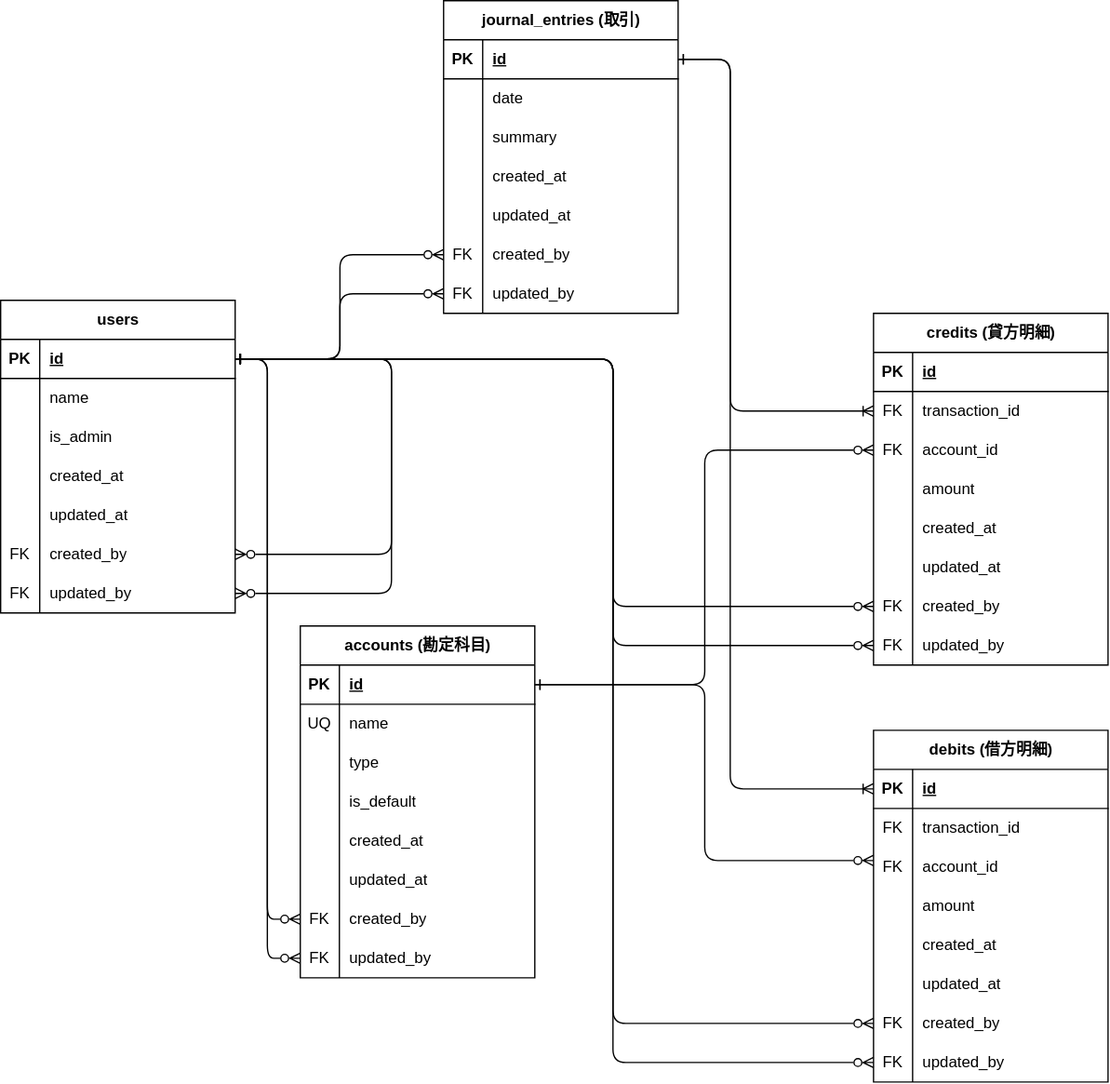
This is src/sample/ledger/e-r.drawio.svg from Kou-Yamaguchi/accounting, a draw.io export, as it was before one commit. Source tidied: cells renumbered, new cells last; positions are measured from the earlier drawing's top-left corner, leaving out a move shared by most shapes.
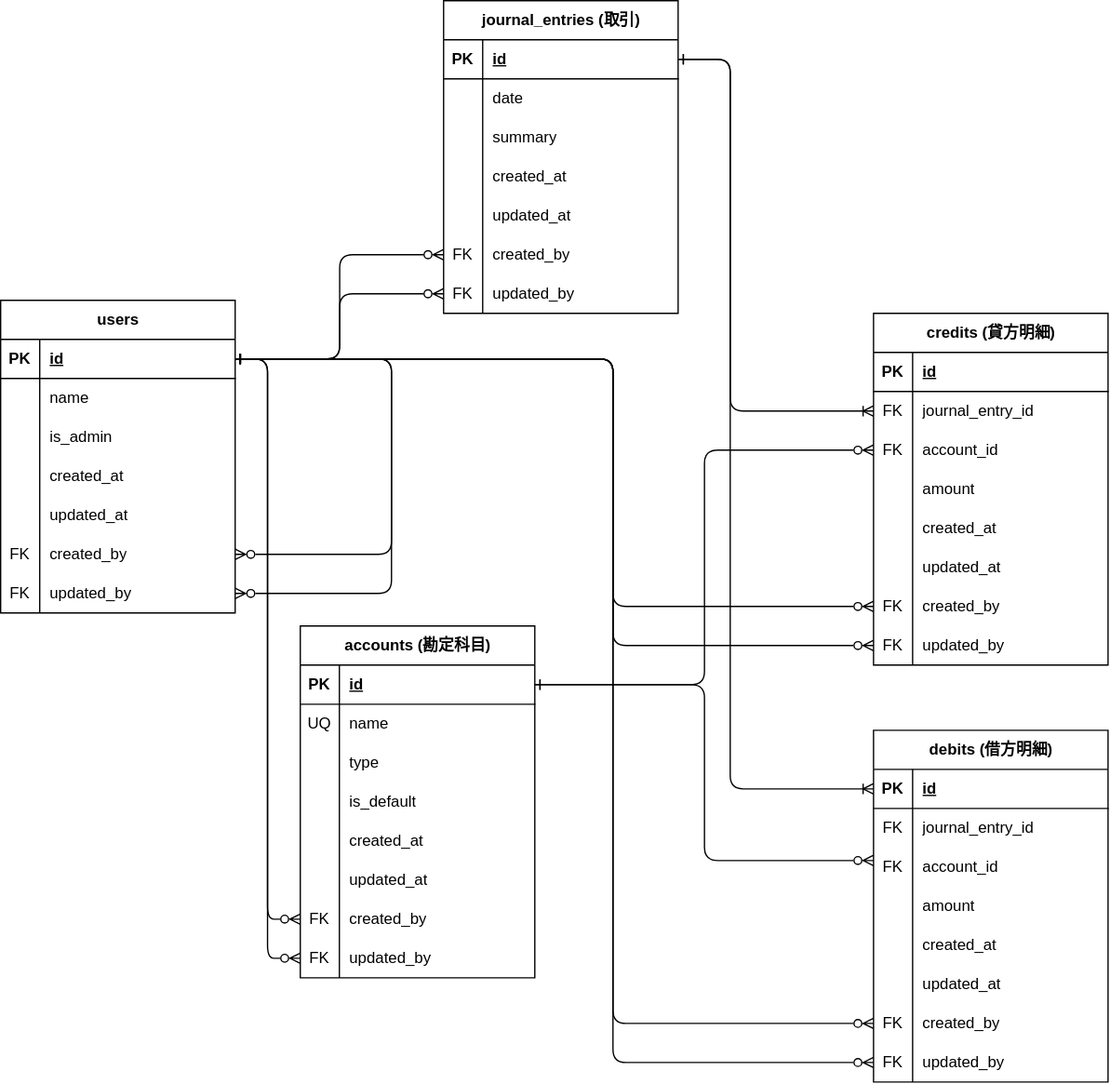
Above is the later version.

Diff of the diagram source:
```diff
@@ -164,7 +164,7 @@
     <mxCell id="55" value="FK" style="shape=partialRectangle;fillColor=none;top=0;left=0;bottom=0;right=0;overflow=hidden;whiteSpace=wrap;html=1;" parent="54" vertex="1">
       <mxGeometry width="30" height="30" as="geometry" />
     </mxCell>
-    <mxCell id="56" value="transaction_id" style="shape=partialRectangle;fillColor=none;top=0;left=0;bottom=0;right=0;align=left;spacingLeft=6;overflow=hidden;whiteSpace=wrap;html=1;" parent="54" vertex="1">
+    <mxCell id="56" value="journal_entry_id" style="shape=partialRectangle;fillColor=none;top=0;left=0;bottom=0;right=0;align=left;spacingLeft=6;overflow=hidden;whiteSpace=wrap;html=1;" parent="54" vertex="1">
       <mxGeometry x="30" width="150" height="30" as="geometry" />
     </mxCell>
     <mxCell id="57" style="shape=tableRow;horizontal=0;startSize=0;swimlaneHead=0;swimlaneBody=0;fillColor=none;points=[[0,0.5],[1,0.5]];portConstraint=eastwest;top=0;left=0;right=0;bottom=0;" parent="50" vertex="1">
@@ -239,7 +239,7 @@
     <mxCell id="80" value="FK" style="shape=partialRectangle;fillColor=none;top=0;left=0;bottom=0;right=0;overflow=hidden;whiteSpace=wrap;html=1;" parent="79" vertex="1">
       <mxGeometry width="30" height="30" as="geometry" />
     </mxCell>
-    <mxCell id="81" value="transaction_id" style="shape=partialRectangle;fillColor=none;top=0;left=0;bottom=0;right=0;align=left;spacingLeft=6;overflow=hidden;whiteSpace=wrap;html=1;" parent="79" vertex="1">
+    <mxCell id="81" value="journal_entry_id" style="shape=partialRectangle;fillColor=none;top=0;left=0;bottom=0;right=0;align=left;spacingLeft=6;overflow=hidden;whiteSpace=wrap;html=1;" parent="79" vertex="1">
       <mxGeometry x="30" width="150" height="30" as="geometry" />
     </mxCell>
     <mxCell id="82" style="shape=tableRow;horizontal=0;startSize=0;swimlaneHead=0;swimlaneBody=0;fillColor=none;points=[[0,0.5],[1,0.5]];portConstraint=eastwest;top=0;left=0;right=0;bottom=0;" parent="75" vertex="1">
```
